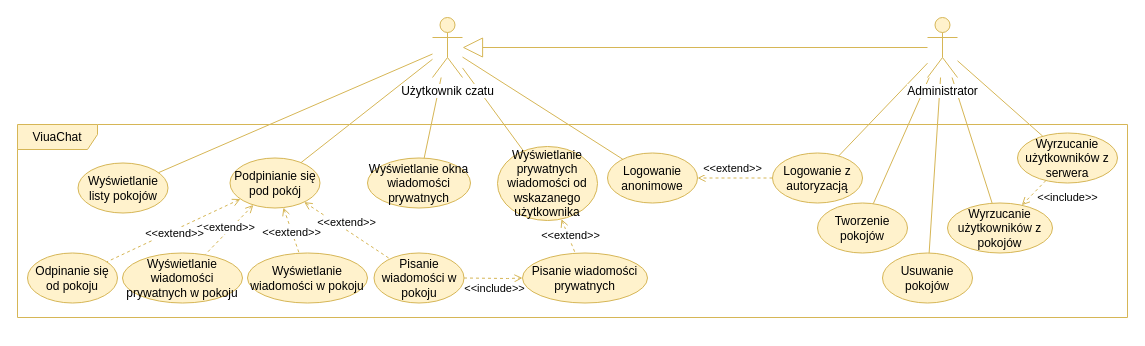
Above: viuachat/diag/DPU viuachat.drawio in marekjm/inzynierka (draw.io), before the change. Source tidied: cells renumbered, new cells numbered last; positions are measured from the earlier drawing's top-left corner, leaving out a move shared by most shapes. Both pictures are drawn from the tidied source at 100%, with x=0, y=0 at pixel (17, 17).
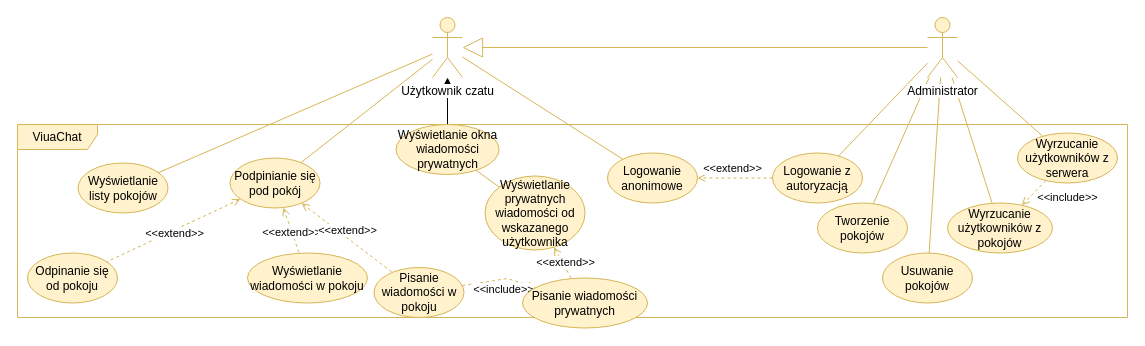
After the change.

Commit message:
czat diagram nowy

The change refers to these unchanged cells:
```xml
<mxCell id="20" value="Podpinianie się pod pokój" style="ellipse;whiteSpace=wrap;html=1;fillColor=#fff2cc;strokeColor=#d6b656;" parent="1" vertex="1">
  <mxGeometry x="212.5" y="140.5" width="90" height="50" as="geometry" />
</mxCell>
<mxCell id="38" value="Użytkownik czatu&lt;br&gt;" style="shape=umlActor;verticalLabelPosition=bottom;labelBackgroundColor=#ffffff;verticalAlign=top;html=1;outlineConnect=0;fillColor=#fff2cc;strokeColor=#d6b656;" parent="1" vertex="1">
  <mxGeometry x="415" width="30" height="60" as="geometry" />
</mxCell>
```

The edit, as a diff of the source:
```diff
@@
-    <mxCell id="15" value="&amp;lt;&amp;lt;extend&amp;gt;&amp;gt;" style="rounded=0;html=1;jettySize=auto;endArrow=none;endFill=0;dashed=1;fillColor=#fff2cc;strokeColor=#d6b656;startArrow=open;startFill=0;" parent="1" edge="1" source="20" target="27">
-      <mxGeometry x="0.02" y="-3" relative="1" as="geometry">
-        <mxPoint x="-1" as="offset" />
-      </mxGeometry>
-    </mxCell>
@@
     <mxCell id="21" value="Pisanie wiadomości w pokoju" style="ellipse;whiteSpace=wrap;html=1;fillColor=#fff2cc;strokeColor=#d6b656;" parent="1" vertex="1">
-      <mxGeometry x="356.5" y="235.5" width="90" height="50" as="geometry" />
+      <mxGeometry x="356.5" y="250" width="90" height="50" as="geometry" />
     </mxCell>
@@
+    <mxCell id="39" style="edgeStyle=orthogonalEdgeStyle;rounded=0;jettySize=auto;html=1;" parent="1" edge="1" source="23" target="38">
+      <mxGeometry relative="1" as="geometry" />
+    </mxCell>
     <mxCell id="23" value="Wyświetlanie okna wiadomości prywatnych" style="ellipse;whiteSpace=wrap;html=1;fillColor=#fff2cc;strokeColor=#d6b656;" parent="1" vertex="1">
-      <mxGeometry x="350" y="140.5" width="103" height="50" as="geometry" />
+      <mxGeometry x="378.5" y="107" width="103" height="50" as="geometry" />
     </mxCell>
-    <mxCell id="24" style="edgeStyle=none;rounded=0;jettySize=auto;html=1;endArrow=none;endFill=0;fillColor=#fff2cc;strokeColor=#d6b656;" parent="1" edge="1" source="25" target="38">
+    <mxCell id="24" style="edgeStyle=none;rounded=0;jettySize=auto;html=1;endArrow=none;endFill=0;fillColor=#fff2cc;strokeColor=#d6b656;" parent="1" edge="1" source="25" target="23">
       <mxGeometry relative="1" as="geometry" />
     </mxCell>
     <mxCell id="25" value="Wyświetlanie prywatnych wiadomości od wskazanego użytkownika" style="ellipse;whiteSpace=wrap;html=1;fillColor=#fff2cc;strokeColor=#d6b656;" parent="1" vertex="1">
-      <mxGeometry x="480" y="129" width="100" height="74" as="geometry" />
+      <mxGeometry x="467.5" y="158.5" width="100" height="74" as="geometry" />
     </mxCell>
@@
-    <mxCell id="27" value="Wyświetlanie wiadomości prywatnych w pokoju" style="ellipse;whiteSpace=wrap;html=1;fillColor=#fff2cc;strokeColor=#d6b656;" parent="1" vertex="1">
-      <mxGeometry x="105" y="235.5" width="120" height="50" as="geometry" />
-    </mxCell>
@@
     <mxCell id="33" value="Pisanie wiadomości prywatnych" style="ellipse;whiteSpace=wrap;html=1;fillColor=#fff2cc;strokeColor=#d6b656;" parent="1" vertex="1">
-      <mxGeometry x="505" y="235.5" width="125" height="50" as="geometry" />
+      <mxGeometry x="505" y="260.5" width="125" height="50" as="geometry" />
     </mxCell>
@@
-    <mxCell id="36" style="edgeStyle=none;rounded=0;html=1;startArrow=none;startFill=0;endArrow=none;endFill=0;jettySize=auto;fillColor=#fff2cc;strokeColor=#d6b656;" parent="1" edge="1" source="38" target="23">
-      <mxGeometry relative="1" as="geometry" />
-    </mxCell>
```
